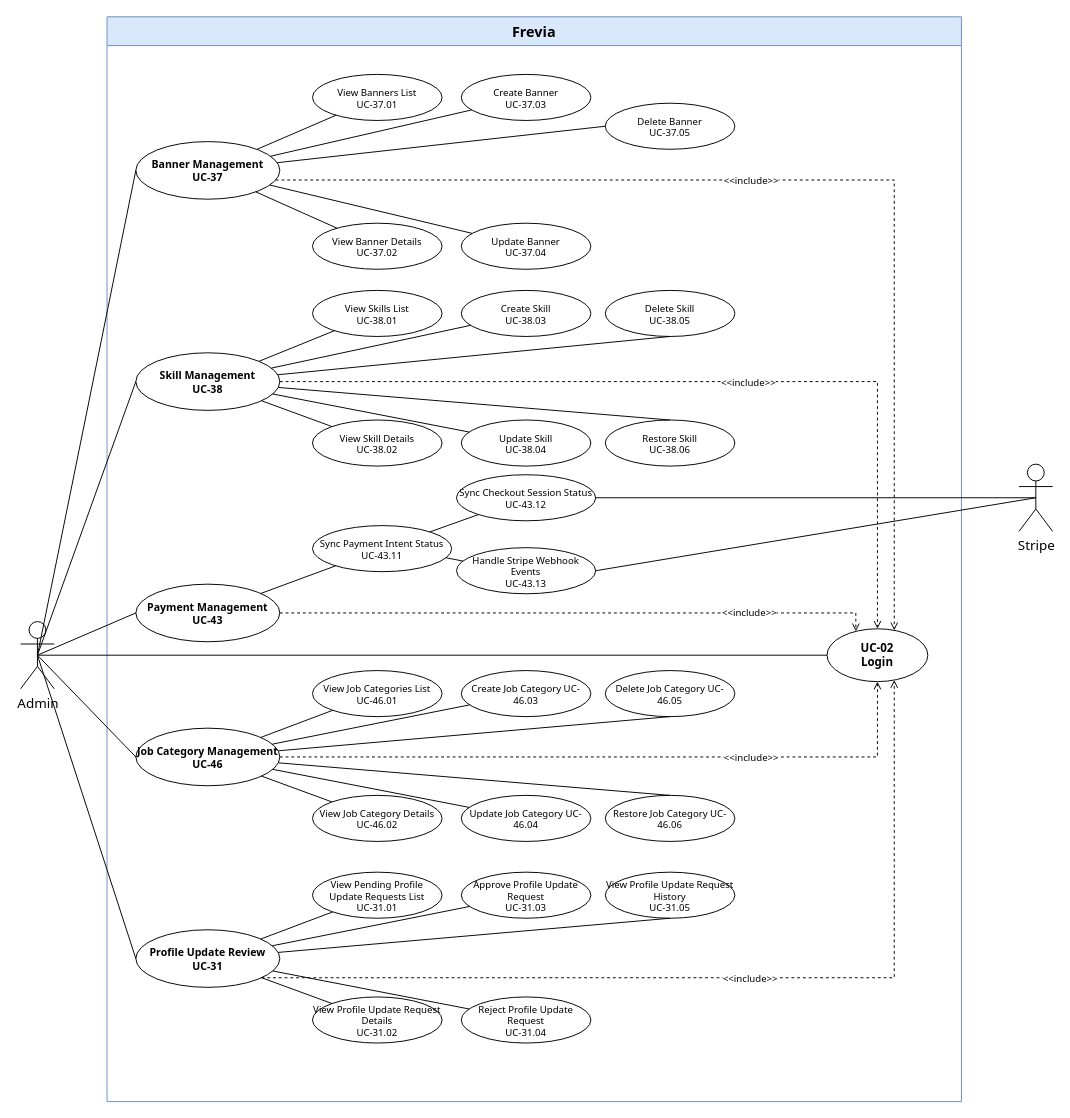
Before: page "Admin 4/4" (4 of 4) of uc-diagrams/Admin.drawio in Thunggg/Frevia, a draw.io diagram. Source tidied: cells renumbered, new cells numbered last; positions are measured from the earlier drawing's top-left corner, leaving out a move shared by most shapes. Both pictures are drawn from the tidied source at 96%, with x=0, y=0 at pixel (20, 16).
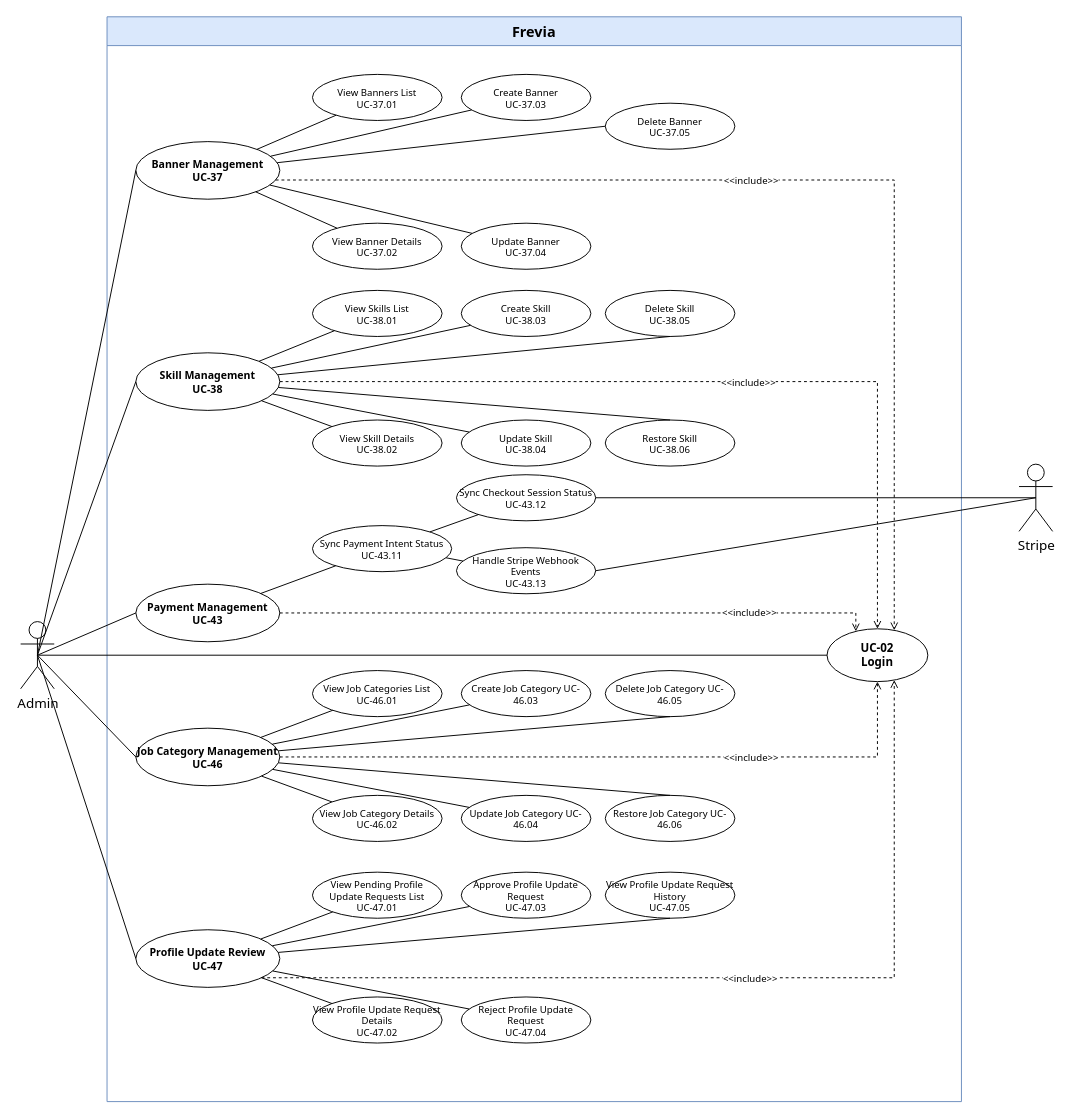
After the change.

The change refers to these unchanged cells:
```xml
<mxCell id="2" value="Frevia" style="swimlane;whiteSpace=wrap;html=1;startSize=30;fontSize=15;fontFamily=Tahoma;fontStyle=1;fillColor=#dae8fc;strokeColor=#6c8ebf;" parent="1" vertex="1">
  <mxGeometry x="90" width="890" height="1130" as="geometry" />
</mxCell>
```

The edit, as a diff of the source:
```diff
@@
-    <mxCell id="42" value="Profile Update Review&#10;UC-31" style="ellipse;whiteSpace=wrap;html=1;fontSize=11;fontFamily=Tahoma;fontStyle=1;fillColor=#ffffff;strokeColor=#000000;" parent="2" vertex="1">
+    <mxCell id="42" value="Profile Update Review&#10;UC-47" style="ellipse;whiteSpace=wrap;html=1;fontSize=11;fontFamily=Tahoma;fontStyle=1;fillColor=#ffffff;strokeColor=#000000;" parent="2" vertex="1">
       <mxGeometry x="30" y="951" width="150" height="60" as="geometry" />
     </mxCell>
-    <mxCell id="43" value="View Pending Profile Update Requests List&#10;UC-31.01" style="ellipse;whiteSpace=wrap;html=1;fontSize=10;fontFamily=Tahoma;fillColor=#ffffff;strokeColor=#000000;" parent="2" vertex="1">
+    <mxCell id="43" value="View Pending Profile Update Requests List&#10;UC-47.01" style="ellipse;whiteSpace=wrap;html=1;fontSize=10;fontFamily=Tahoma;fillColor=#ffffff;strokeColor=#000000;" parent="2" vertex="1">
       <mxGeometry x="214" y="891" width="135" height="48" as="geometry" />
     </mxCell>
-    <mxCell id="44" value="View Profile Update Request Details&#10;UC-31.02" style="ellipse;whiteSpace=wrap;html=1;fontSize=10;fontFamily=Tahoma;fillColor=#ffffff;strokeColor=#000000;" parent="2" vertex="1">
+    <mxCell id="44" value="View Profile Update Request Details&#10;UC-47.02" style="ellipse;whiteSpace=wrap;html=1;fontSize=10;fontFamily=Tahoma;fillColor=#ffffff;strokeColor=#000000;" parent="2" vertex="1">
       <mxGeometry x="214" y="1021" width="135" height="48" as="geometry" />
     </mxCell>
-    <mxCell id="45" value="Approve Profile Update Request&#10;UC-31.03" style="ellipse;whiteSpace=wrap;html=1;fontSize=10;fontFamily=Tahoma;fillColor=#ffffff;strokeColor=#000000;" parent="2" vertex="1">
+    <mxCell id="45" value="Approve Profile Update Request&#10;UC-47.03" style="ellipse;whiteSpace=wrap;html=1;fontSize=10;fontFamily=Tahoma;fillColor=#ffffff;strokeColor=#000000;" parent="2" vertex="1">
       <mxGeometry x="369" y="891" width="135" height="48" as="geometry" />
     </mxCell>
-    <mxCell id="46" value="Reject Profile Update Request&#10;UC-31.04" style="ellipse;whiteSpace=wrap;html=1;fontSize=10;fontFamily=Tahoma;fillColor=#ffffff;strokeColor=#000000;" parent="2" vertex="1">
+    <mxCell id="46" value="Reject Profile Update Request&#10;UC-47.04" style="ellipse;whiteSpace=wrap;html=1;fontSize=10;fontFamily=Tahoma;fillColor=#ffffff;strokeColor=#000000;" parent="2" vertex="1">
       <mxGeometry x="369" y="1021" width="135" height="48" as="geometry" />
     </mxCell>
-    <mxCell id="47" value="View Profile Update Request History&#10;UC-31.05" style="ellipse;whiteSpace=wrap;html=1;fontSize=10;fontFamily=Tahoma;fillColor=#ffffff;strokeColor=#000000;" parent="2" vertex="1">
+    <mxCell id="47" value="View Profile Update Request History&#10;UC-47.05" style="ellipse;whiteSpace=wrap;html=1;fontSize=10;fontFamily=Tahoma;fillColor=#ffffff;strokeColor=#000000;" parent="2" vertex="1">
       <mxGeometry x="519" y="891" width="135" height="48" as="geometry" />
     </mxCell>
```
